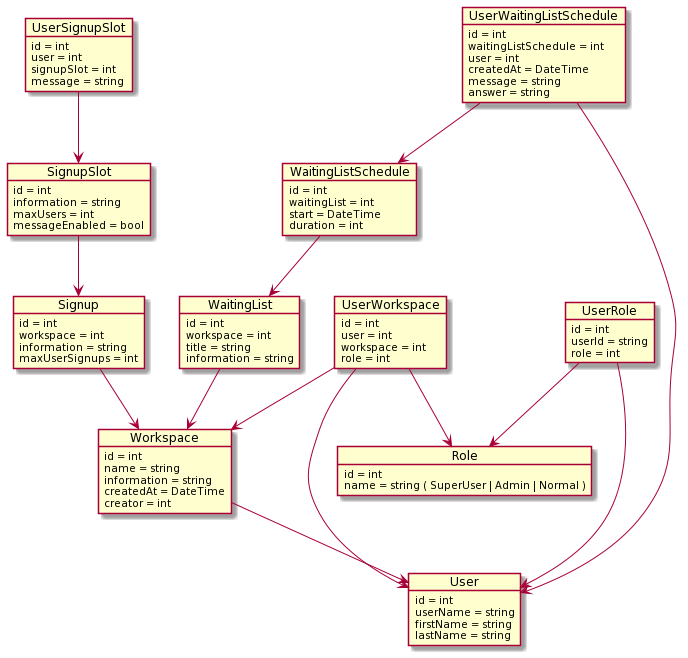
The PlantUML diagram docs/database_schema.png in InputPlaceholderName/tosca-backend, before a commit.
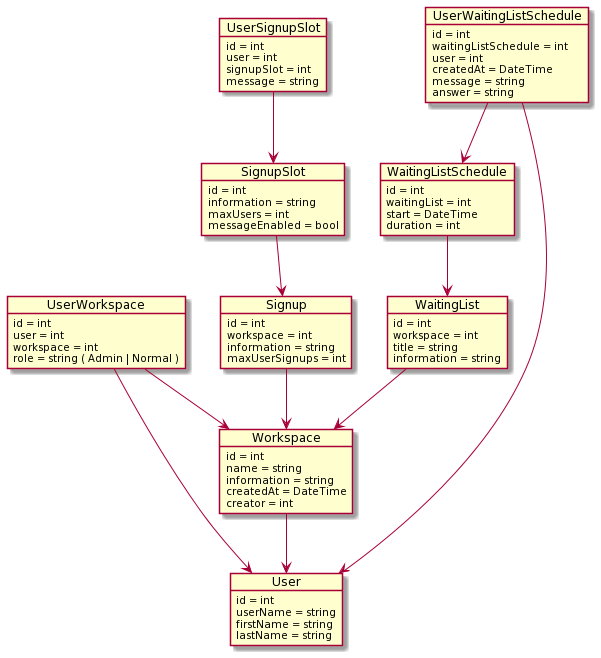
After the commit.

Commit message:
Removed Role table

Change to the diagram source:
```diff
@@ -4,17 +4,6 @@
     userName = string
     firstName = string
     lastName = string
-}
-
-object Role {
-    id = int
-    name = string ( SuperUser | Admin | Normal )
-}
-
-object UserRole {
-    id = int
-    userId = string
-    role = int
 }
 
 object Workspace {
@@ -29,7 +18,7 @@
     id = int
     user = int
     workspace = int
-    role = int
+    role = string ( Admin | Normal )
 }
 
 object WaitingList {
@@ -79,12 +68,9 @@
 
 Workspace --> User
 
-UserRole --> Role
-UserRole --> User
 
 UserWorkspace --> User
 UserWorkspace --> Workspace
-UserWorkspace --> Role
 
 WaitingList --> Workspace
 
```
